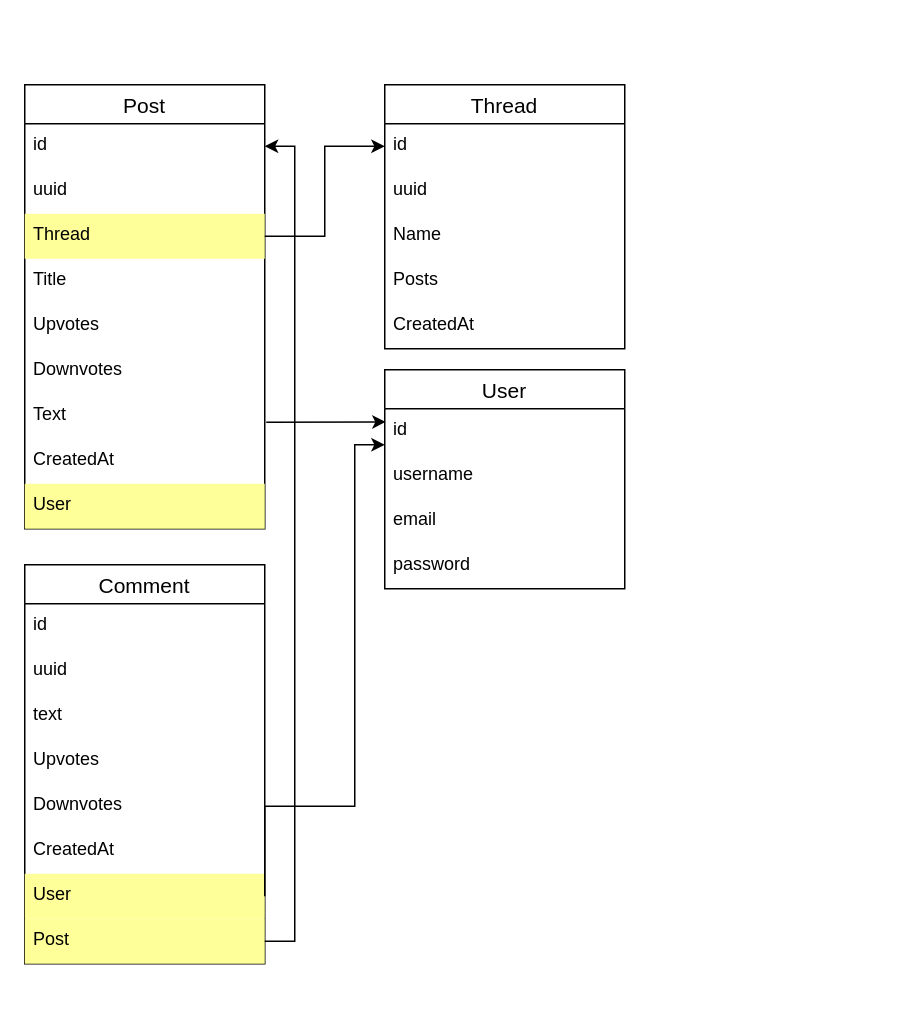
The draw.io diagram schema.drawio in 3zbumban/php-reddit-clone, before the edit. Source tidied: cells renumbered, new cells numbered last; positions are measured from the earlier drawing's top-left corner, leaving out a move shared by most shapes. Both pictures are drawn from the tidied source at 150%, with x=0, y=0 at pixel (24, 84).
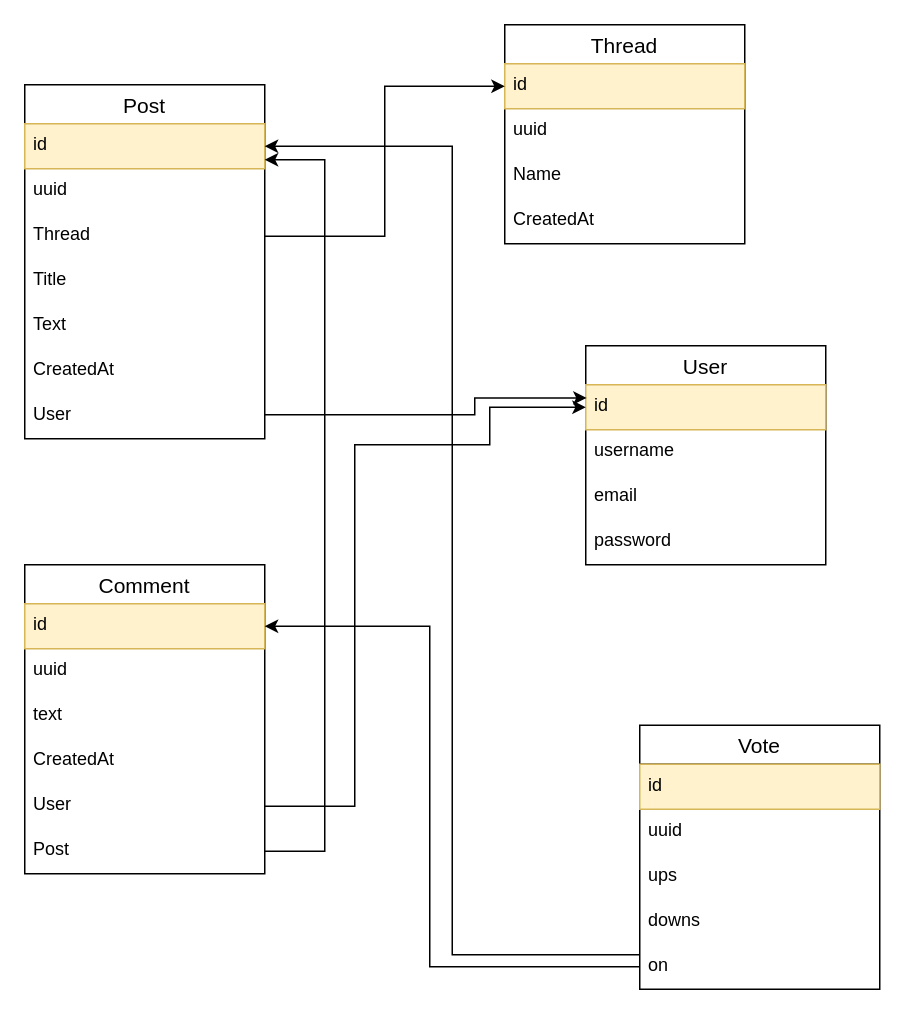
After the change.

Change to the diagram source:
```diff
@@
     <mxCell id="2" value="Thread" style="swimlane;fontStyle=0;horizontal=1;startSize=26;align=center;fontSize=14;" parent="1" vertex="1">
-      <mxGeometry x="240" width="160" height="176" as="geometry" />
+      <mxGeometry x="320" y="-40" width="160" height="146" as="geometry" />
     </mxCell>
-    <mxCell id="3" value="id" style="text;strokeColor=none;fillColor=none;spacingLeft=4;spacingRight=4;overflow=hidden;points=[[0,0.5],[1,0.5]];portConstraint=eastwest;fontSize=12;" parent="2" vertex="1">
+    <mxCell id="3" value="id" style="text;strokeColor=#d6b656;fillColor=#fff2cc;spacingLeft=4;spacingRight=4;overflow=hidden;points=[[0,0.5],[1,0.5]];portConstraint=eastwest;fontSize=12;" parent="2" vertex="1">
       <mxGeometry y="26" width="160" height="30" as="geometry" />
     </mxCell>
@@
-    <mxCell id="6" value="Posts" style="text;strokeColor=none;fillColor=none;spacingLeft=4;spacingRight=4;overflow=hidden;fontSize=12;" parent="2" vertex="1">
-      <mxGeometry y="116" width="160" height="30" as="geometry" />
-    </mxCell>
     <mxCell id="7" value="CreatedAt" style="text;strokeColor=none;fillColor=none;spacingLeft=4;spacingRight=4;overflow=hidden;fontSize=12;" parent="2" vertex="1">
-      <mxGeometry y="146" width="160" height="30" as="geometry" />
+      <mxGeometry y="116" width="160" height="30" as="geometry" />
     </mxCell>
     <mxCell id="8" value="Post" style="swimlane;fontStyle=0;horizontal=1;startSize=26;align=center;fontSize=14;" parent="1" vertex="1">
-      <mxGeometry width="160" height="296" as="geometry" />
+      <mxGeometry width="160" height="236" as="geometry" />
     </mxCell>
-    <mxCell id="9" value="id" style="text;strokeColor=none;fillColor=none;spacingLeft=4;spacingRight=4;overflow=hidden;points=[[0,0.5],[1,0.5]];portConstraint=eastwest;fontSize=12;" parent="8" vertex="1">
+    <mxCell id="9" value="id" style="text;strokeColor=#d6b656;fillColor=#fff2cc;spacingLeft=4;spacingRight=4;overflow=hidden;points=[[0,0.5],[1,0.5]];portConstraint=eastwest;fontSize=12;" parent="8" vertex="1">
       <mxGeometry y="26" width="160" height="30" as="geometry" />
     </mxCell>
@@
-    <mxCell id="11" value="Thread" style="text;strokeColor=none;fillColor=#FFFF99;spacingLeft=4;spacingRight=4;overflow=hidden;points=[[0,0.5],[1,0.5]];portConstraint=eastwest;fontSize=12;" parent="8" vertex="1">
+    <mxCell id="11" value="Thread" style="text;strokeColor=none;fillColor=none;spacingLeft=4;spacingRight=4;overflow=hidden;points=[[0,0.5],[1,0.5]];portConstraint=eastwest;fontSize=12;" parent="8" vertex="1">
       <mxGeometry y="86" width="160" height="30" as="geometry" />
     </mxCell>
@@
-    <mxCell id="13" value="Upvotes" style="text;strokeColor=none;fillColor=none;spacingLeft=4;spacingRight=4;overflow=hidden;fontSize=12;" parent="8" vertex="1">
-      <mxGeometry y="146" width="160" height="30" as="geometry" />
-    </mxCell>
-    <mxCell id="14" value="Downvotes" style="text;strokeColor=none;fillColor=none;spacingLeft=4;spacingRight=4;overflow=hidden;fontSize=12;" parent="8" vertex="1">
-      <mxGeometry y="176" width="160" height="30" as="geometry" />
-    </mxCell>
     <mxCell id="15" value="Text" style="text;strokeColor=none;fillColor=none;spacingLeft=4;spacingRight=4;overflow=hidden;fontSize=12;" parent="8" vertex="1">
-      <mxGeometry y="206" width="160" height="30" as="geometry" />
+      <mxGeometry y="146" width="160" height="30" as="geometry" />
     </mxCell>
     <mxCell id="16" value="CreatedAt" style="text;strokeColor=none;fillColor=none;spacingLeft=4;spacingRight=4;overflow=hidden;fontSize=12;" parent="8" vertex="1">
-      <mxGeometry y="236" width="160" height="30" as="geometry" />
+      <mxGeometry y="176" width="160" height="30" as="geometry" />
     </mxCell>
-    <mxCell id="17" value="User" style="text;strokeColor=none;fillColor=#FFFF99;spacingLeft=4;spacingRight=4;overflow=hidden;fontSize=12;" parent="8" vertex="1">
-      <mxGeometry y="266" width="160" height="30" as="geometry" />
+    <mxCell id="17" value="User" style="text;strokeColor=none;fillColor=none;spacingLeft=4;spacingRight=4;overflow=hidden;fontSize=12;" parent="8" vertex="1">
+      <mxGeometry y="206" width="160" height="30" as="geometry" />
     </mxCell>
     <mxCell id="18" value="User" style="swimlane;fontStyle=0;horizontal=1;startSize=26;align=center;fontSize=14;" parent="1" vertex="1">
-      <mxGeometry x="240" y="190" width="160" height="146" as="geometry" />
+      <mxGeometry x="374" y="174" width="160" height="146" as="geometry" />
     </mxCell>
-    <mxCell id="19" value="id" style="text;strokeColor=none;fillColor=none;spacingLeft=4;spacingRight=4;overflow=hidden;points=[[0,0.5],[1,0.5]];portConstraint=eastwest;fontSize=12;" parent="18" vertex="1">
+    <mxCell id="19" value="id" style="text;strokeColor=#d6b656;fillColor=#fff2cc;spacingLeft=4;spacingRight=4;overflow=hidden;points=[[0,0.5],[1,0.5]];portConstraint=eastwest;fontSize=12;" parent="18" vertex="1">
       <mxGeometry y="26" width="160" height="30" as="geometry" />
     </mxCell>
@@
     <mxCell id="23" value="Comment" style="swimlane;fontStyle=0;horizontal=1;startSize=26;align=center;fontSize=14;" parent="1" vertex="1">
-      <mxGeometry y="320" width="160" height="266" as="geometry" />
+      <mxGeometry y="320" width="160" height="206" as="geometry" />
     </mxCell>
-    <mxCell id="24" value="id" style="text;strokeColor=none;fillColor=none;spacingLeft=4;spacingRight=4;overflow=hidden;points=[[0,0.5],[1,0.5]];portConstraint=eastwest;fontSize=12;" parent="23" vertex="1">
+    <mxCell id="24" value="id" style="text;strokeColor=#d6b656;fillColor=#fff2cc;spacingLeft=4;spacingRight=4;overflow=hidden;points=[[0,0.5],[1,0.5]];portConstraint=eastwest;fontSize=12;" parent="23" vertex="1">
       <mxGeometry y="26" width="160" height="30" as="geometry" />
     </mxCell>
@@
-    <mxCell id="27" value="Upvotes" style="text;strokeColor=none;fillColor=none;spacingLeft=4;spacingRight=4;overflow=hidden;fontSize=12;" parent="23" vertex="1">
-      <mxGeometry y="116" width="160" height="30" as="geometry" />
-    </mxCell>
-    <mxCell id="28" value="Downvotes" style="text;strokeColor=none;fillColor=none;spacingLeft=4;spacingRight=4;overflow=hidden;fontSize=12;" parent="23" vertex="1">
-      <mxGeometry y="146" width="160" height="30" as="geometry" />
-    </mxCell>
     <mxCell id="29" value="CreatedAt" style="text;strokeColor=none;fillColor=none;spacingLeft=4;spacingRight=4;overflow=hidden;fontSize=12;" parent="23" vertex="1">
-      <mxGeometry y="176" width="160" height="30" as="geometry" />
+      <mxGeometry y="116" width="160" height="30" as="geometry" />
     </mxCell>
-    <mxCell id="30" value="User" style="text;strokeColor=none;fillColor=#FFFF99;spacingLeft=4;spacingRight=4;overflow=hidden;points=[[0,0.5],[1,0.5]];portConstraint=eastwest;fontSize=12;shadow=0;" parent="23" vertex="1">
-      <mxGeometry y="206" width="160" height="30" as="geometry" />
+    <mxCell id="30" value="User" style="text;strokeColor=none;fillColor=none;spacingLeft=4;spacingRight=4;overflow=hidden;points=[[0,0.5],[1,0.5]];portConstraint=eastwest;fontSize=12;shadow=0;" parent="23" vertex="1">
+      <mxGeometry y="146" width="160" height="30" as="geometry" />
     </mxCell>
-    <mxCell id="31" value="Post" style="text;strokeColor=none;fillColor=#FFFF99;spacingLeft=4;spacingRight=4;overflow=hidden;points=[[0,0.5],[1,0.5]];portConstraint=eastwest;fontSize=12;" parent="23" vertex="1">
-      <mxGeometry y="236" width="160" height="30" as="geometry" />
+    <mxCell id="31" value="Post" style="text;strokeColor=none;fillColor=none;spacingLeft=4;spacingRight=4;overflow=hidden;points=[[0,0.5],[1,0.5]];portConstraint=eastwest;fontSize=12;" parent="23" vertex="1">
+      <mxGeometry y="176" width="160" height="30" as="geometry" />
     </mxCell>
     <mxCell id="32" style="edgeStyle=orthogonalEdgeStyle;rounded=0;jettySize=auto;html=1;entryX=0.004;entryY=0.293;entryDx=0;entryDy=0;entryPerimeter=0;" parent="1" edge="1" target="19">
       <mxGeometry relative="1" as="geometry">
-        <mxPoint x="190" y="225" as="sourcePoint" />
+        <mxPoint x="160" y="220" as="sourcePoint" />
         <Array as="points">
-          <mxPoint x="161" y="225" />
+          <mxPoint x="300" y="220" />
+          <mxPoint x="300" y="209" />
         </Array>
       </mxGeometry>
     </mxCell>
-    <mxCell id="33" style="edgeStyle=orthogonalEdgeStyle;rounded=0;jettySize=auto;html=1;exitX=1;exitY=0.5;exitDx=0;exitDy=0;" parent="1" edge="1" source="30" target="19">
+    <mxCell id="33" style="edgeStyle=orthogonalEdgeStyle;rounded=0;jettySize=auto;html=1;exitX=1;exitY=0.5;exitDx=0;exitDy=0;entryX=0;entryY=0.5;entryDx=0;entryDy=0;" parent="1" edge="1" source="30" target="19">
       <mxGeometry relative="1" as="geometry">
         <Array as="points">
           <mxPoint x="220" y="481" />
           <mxPoint x="220" y="240" />
+          <mxPoint x="310" y="240" />
+          <mxPoint x="310" y="215" />
         </Array>
       </mxGeometry>
     </mxCell>
-    <mxCell id="34" style="edgeStyle=orthogonalEdgeStyle;rounded=0;jettySize=auto;html=1;exitX=1;exitY=0.5;exitDx=0;exitDy=0;entryX=1;entryY=0.5;entryDx=0;entryDy=0;" parent="1" edge="1" source="31" target="9">
-      <mxGeometry relative="1" as="geometry" />
+    <mxCell id="34" style="edgeStyle=orthogonalEdgeStyle;rounded=0;jettySize=auto;html=1;exitX=1;exitY=0.5;exitDx=0;exitDy=0;" parent="1" edge="1" source="31">
+      <mxGeometry relative="1" as="geometry">
+        <mxPoint x="160" y="50" as="targetPoint" />
+        <Array as="points">
+          <mxPoint x="200" y="511" />
+          <mxPoint x="200" y="50" />
+          <mxPoint x="160" y="50" />
+        </Array>
+      </mxGeometry>
     </mxCell>
@@
+    <mxCell id="36" value="Vote" style="swimlane;fontStyle=0;horizontal=1;startSize=26;align=center;fontSize=14;fillColor=none;" parent="1" vertex="1">
+      <mxGeometry x="410" y="427" width="160" height="176" as="geometry" />
+    </mxCell>
+    <mxCell id="37" value="id" style="text;strokeColor=#d6b656;fillColor=#fff2cc;spacingLeft=4;spacingRight=4;overflow=hidden;fontSize=12;" parent="36" vertex="1">
+      <mxGeometry y="26" width="160" height="30" as="geometry" />
+    </mxCell>
+    <mxCell id="38" value="uuid" style="text;strokeColor=none;fillColor=none;spacingLeft=4;spacingRight=4;overflow=hidden;fontSize=12;" parent="36" vertex="1">
+      <mxGeometry y="56" width="160" height="30" as="geometry" />
+    </mxCell>
+    <mxCell id="39" value="ups" style="text;strokeColor=none;fillColor=none;spacingLeft=4;spacingRight=4;overflow=hidden;fontSize=12;" parent="36" vertex="1">
+      <mxGeometry y="86" width="160" height="30" as="geometry" />
+    </mxCell>
+    <mxCell id="40" value="downs" style="text;strokeColor=none;fillColor=none;spacingLeft=4;spacingRight=4;overflow=hidden;fontSize=12;" parent="36" vertex="1">
+      <mxGeometry y="116" width="160" height="30" as="geometry" />
+    </mxCell>
+    <mxCell id="41" value="on&#10;" style="text;strokeColor=none;fillColor=none;spacingLeft=4;spacingRight=4;overflow=hidden;points=[[0,0.5],[1,0.5]];portConstraint=eastwest;fontSize=12;" parent="36" vertex="1">
+      <mxGeometry y="146" width="160" height="30" as="geometry" />
+    </mxCell>
+    <mxCell id="42" style="edgeStyle=orthogonalEdgeStyle;rounded=0;jettySize=auto;html=1;exitX=1;exitY=0.5;exitDx=0;exitDy=0;entryX=0;entryY=0.5;entryDx=0;entryDy=0;endArrow=none;endFill=0;startArrow=classic;startFill=1;" parent="1" edge="1" source="24" target="41">
+      <mxGeometry relative="1" as="geometry">
+        <Array as="points">
+          <mxPoint x="270" y="361" />
+          <mxPoint x="270" y="588" />
+        </Array>
+      </mxGeometry>
+    </mxCell>
+    <mxCell id="43" style="edgeStyle=orthogonalEdgeStyle;rounded=0;jettySize=auto;html=1;exitX=1;exitY=0.5;exitDx=0;exitDy=0;entryX=0;entryY=0.233;entryDx=0;entryDy=0;entryPerimeter=0;endArrow=none;endFill=0;startArrow=classic;startFill=1;" parent="1" edge="1" source="9" target="41">
+      <mxGeometry relative="1" as="geometry" />
+    </mxCell>
```
